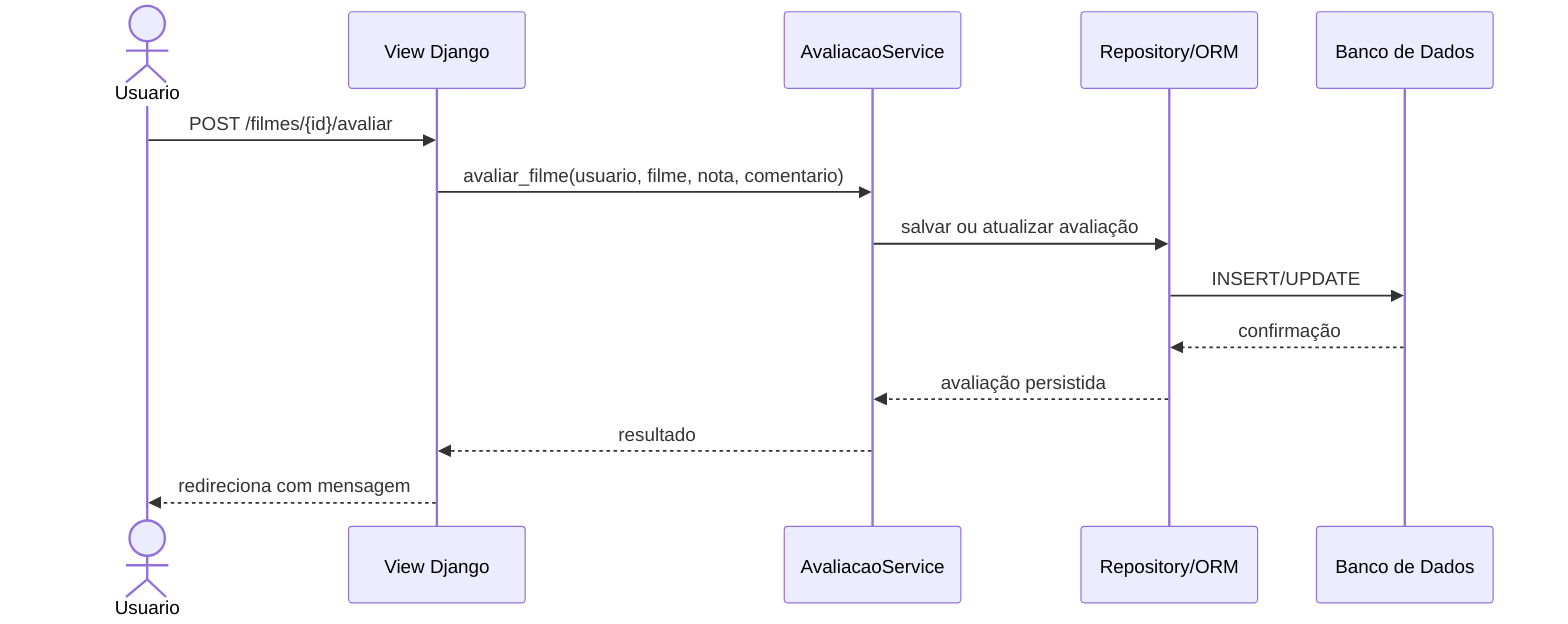
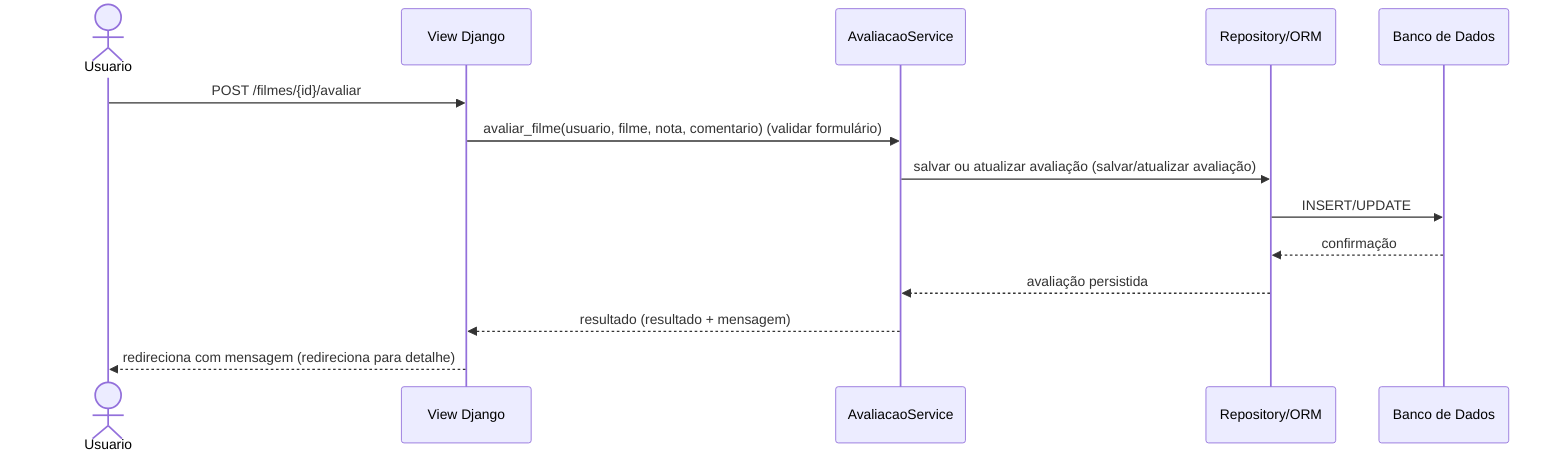
sequenceDiagram
    actor Usuario
    participant View as View Django
    participant Service as AvaliacaoService
    participant Repo as Repository/ORM
    participant DB as Banco de Dados

    Usuario->>View: POST /filmes/{id}/avaliar
-     View->>Service: avaliar_filme(usuario, filme, nota, comentario)
-     Service->>Repo: salvar ou atualizar avaliação
+     View->>Service: avaliar_filme(usuario, filme, nota, comentario) (validar formulário)
+     Service->>Repo: salvar ou atualizar avaliação (salvar/atualizar avaliação)
    Repo->>DB: INSERT/UPDATE
    DB-->>Repo: confirmação
    Repo-->>Service: avaliação persistida
-     Service-->>View: resultado
-     View-->>Usuario: redireciona com mensagem
+     Service-->>View: resultado (resultado + mensagem)
+     View-->>Usuario: redireciona com mensagem (redireciona para detalhe)
